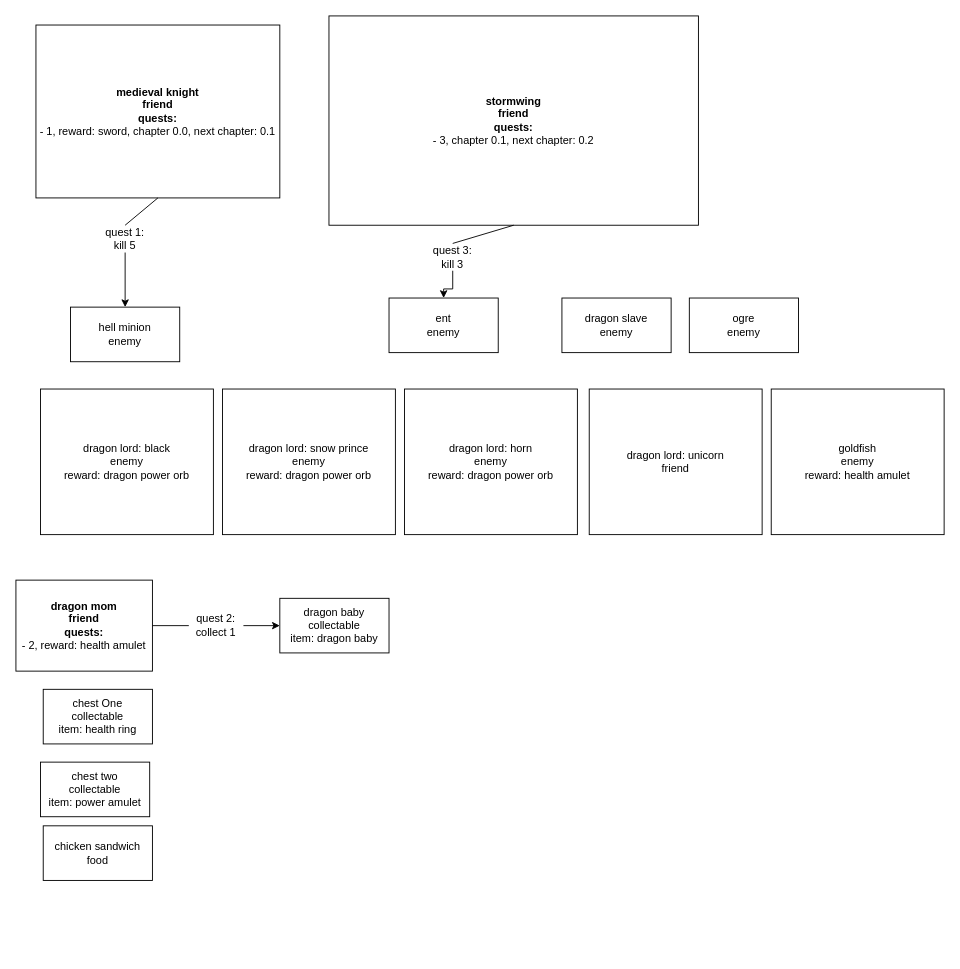
Juhi22/ArAdventure keeps this draw.io diagram as models.drawio. Above is the earlier version. Source tidied: cells renumbered, new cells numbered last; positions are measured from the earlier drawing's top-left corner, leaving out a move shared by most shapes. Both pictures are drawn from the tidied source at 91%, with x=0, y=0 at pixel (15, 15).
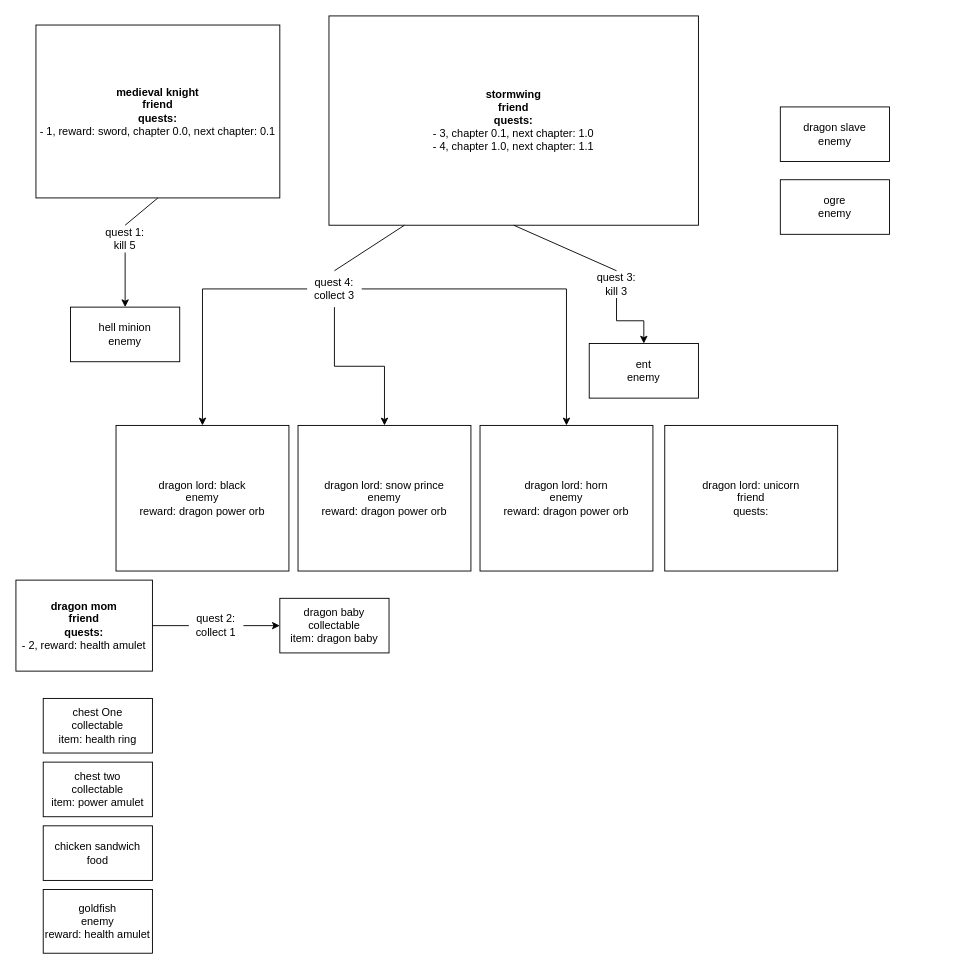
After the change.

Commit message:
Update models architecture

Change to the diagram source:
```diff
@@
-    <mxCell id="3" value="&lt;b&gt;stormwing&lt;/b&gt;&lt;div&gt;&lt;b&gt;friend&lt;/b&gt;&lt;/div&gt;&lt;div&gt;&lt;b&gt;quests:&lt;/b&gt;&lt;/div&gt;&lt;div&gt;- 3, chapter 0.1, next chapter: 0.2&lt;/div&gt;" style="rounded=0;whiteSpace=wrap;html=1;" parent="1" vertex="1">
+    <mxCell id="3" value="&lt;b&gt;stormwing&lt;/b&gt;&lt;div&gt;&lt;b&gt;friend&lt;/b&gt;&lt;/div&gt;&lt;div&gt;&lt;b&gt;quests:&lt;/b&gt;&lt;/div&gt;&lt;div&gt;- 3, chapter 0.1, next chapter: 1.0&lt;/div&gt;&lt;div&gt;- 4, chapter 1.0, next chapter: 1.1&lt;/div&gt;" style="rounded=0;whiteSpace=wrap;html=1;" parent="1" vertex="1">
       <mxGeometry x="344" width="406" height="230" as="geometry" />
     </mxCell>
     <mxCell id="4" value="&lt;div&gt;dragon lord: black&lt;/div&gt;&lt;div&gt;enemy&lt;/div&gt;&lt;div&gt;reward: dragon power orb&lt;/div&gt;" style="rounded=0;whiteSpace=wrap;html=1;" parent="1" vertex="1">
-      <mxGeometry x="27" y="410" width="190" height="160" as="geometry" />
+      <mxGeometry x="110" y="450" width="190" height="160" as="geometry" />
     </mxCell>
     <mxCell id="5" value="&lt;div&gt;dragon lord: snow prince&lt;/div&gt;&lt;div&gt;enemy&lt;/div&gt;&lt;div&gt;reward: dragon power orb&lt;/div&gt;" style="rounded=0;whiteSpace=wrap;html=1;" parent="1" vertex="1">
-      <mxGeometry x="227" y="410" width="190" height="160" as="geometry" />
+      <mxGeometry x="310" y="450" width="190" height="160" as="geometry" />
     </mxCell>
     <mxCell id="6" value="goldfish&lt;div&gt;enemy&lt;/div&gt;&lt;div&gt;reward: health amulet&lt;/div&gt;" style="rounded=0;whiteSpace=wrap;html=1;" parent="1" vertex="1">
-      <mxGeometry x="830" y="410" width="190" height="160" as="geometry" />
+      <mxGeometry x="30" y="960" width="120" height="70" as="geometry" />
     </mxCell>
     <mxCell id="7" value="&lt;div&gt;dragon lord: horn&lt;/div&gt;&lt;div&gt;enemy&lt;/div&gt;&lt;div&gt;reward: dragon power orb&lt;/div&gt;" style="rounded=0;whiteSpace=wrap;html=1;" parent="1" vertex="1">
-      <mxGeometry x="427" y="410" width="190" height="160" as="geometry" />
+      <mxGeometry x="510" y="450" width="190" height="160" as="geometry" />
     </mxCell>
@@
-    <mxCell id="9" value="dragon lord: unicorn&lt;div&gt;friend&lt;/div&gt;" style="rounded=0;whiteSpace=wrap;html=1;" parent="1" vertex="1">
-      <mxGeometry x="630" y="410" width="190" height="160" as="geometry" />
+    <mxCell id="9" value="dragon lord: unicorn&lt;div&gt;friend&lt;/div&gt;&lt;div&gt;quests:&lt;/div&gt;" style="rounded=0;whiteSpace=wrap;html=1;" parent="1" vertex="1">
+      <mxGeometry x="713" y="450" width="190" height="160" as="geometry" />
     </mxCell>
@@
     <mxCell id="14" value="ent&lt;div&gt;enemy&lt;/div&gt;" style="rounded=0;whiteSpace=wrap;html=1;" parent="1" vertex="1">
-      <mxGeometry x="410" y="310" width="120" height="60" as="geometry" />
+      <mxGeometry x="630" y="360" width="120" height="60" as="geometry" />
     </mxCell>
@@
     <mxCell id="17" value="quest 3: kill 3" style="text;html=1;align=center;verticalAlign=middle;whiteSpace=wrap;rounded=0;" parent="1" vertex="1">
-      <mxGeometry x="450" y="250" width="60" height="30" as="geometry" />
+      <mxGeometry x="630" y="280" width="60" height="30" as="geometry" />
     </mxCell>
@@
     <mxCell id="19" value="&lt;div&gt;chest two&lt;/div&gt;&lt;div&gt;collectable&lt;/div&gt;&lt;div&gt;item: power amulet&lt;/div&gt;" style="rounded=0;whiteSpace=wrap;html=1;" parent="1" vertex="1">
-      <mxGeometry x="27" y="820" width="120" height="60" as="geometry" />
+      <mxGeometry x="30" y="820" width="120" height="60" as="geometry" />
     </mxCell>
     <mxCell id="20" value="chest One&lt;div&gt;collectable&lt;/div&gt;&lt;div&gt;item: health ring&lt;/div&gt;" style="rounded=0;whiteSpace=wrap;html=1;" parent="1" vertex="1">
-      <mxGeometry x="30" y="740" width="120" height="60" as="geometry" />
+      <mxGeometry x="30" y="750" width="120" height="60" as="geometry" />
     </mxCell>
@@
     <mxCell id="24" value="ogre&lt;div&gt;enemy&lt;/div&gt;" style="rounded=0;whiteSpace=wrap;html=1;" parent="1" vertex="1">
-      <mxGeometry x="740" y="310" width="120" height="60" as="geometry" />
+      <mxGeometry x="840" y="180" width="120" height="60" as="geometry" />
     </mxCell>
     <mxCell id="25" value="dragon slave&lt;div&gt;enemy&lt;/div&gt;" style="rounded=0;whiteSpace=wrap;html=1;" parent="1" vertex="1">
-      <mxGeometry x="600" y="310" width="120" height="60" as="geometry" />
+      <mxGeometry x="840" y="100" width="120" height="60" as="geometry" />
     </mxCell>
@@
+    <mxCell id="27" style="endArrow=none;html=1;rounded=0;exitX=0.5;exitY=0;exitDx=0;exitDy=0;" parent="1" edge="1" source="31">
+      <mxGeometry relative="1" as="geometry">
+        <mxPoint x="427" y="230" as="targetPoint" />
+      </mxGeometry>
+    </mxCell>
+    <mxCell id="28" style="edgeStyle=orthogonalEdgeStyle;rounded=0;jettySize=auto;html=1;" parent="1" edge="1" source="31" target="4">
+      <mxGeometry relative="1" as="geometry" />
+    </mxCell>
+    <mxCell id="29" style="edgeStyle=orthogonalEdgeStyle;rounded=0;jettySize=auto;html=1;entryX=0.5;entryY=0;entryDx=0;entryDy=0;" parent="1" edge="1" source="31" target="5">
+      <mxGeometry relative="1" as="geometry" />
+    </mxCell>
+    <mxCell id="30" style="edgeStyle=orthogonalEdgeStyle;rounded=0;jettySize=auto;html=1;" parent="1" edge="1" source="31" target="7">
+      <mxGeometry relative="1" as="geometry" />
+    </mxCell>
+    <mxCell id="31" value="quest 4: collect 3" style="text;html=1;align=center;verticalAlign=middle;whiteSpace=wrap;rounded=0;" parent="1" vertex="1">
+      <mxGeometry x="320" y="280" width="60" height="40" as="geometry" />
+    </mxCell>
```
